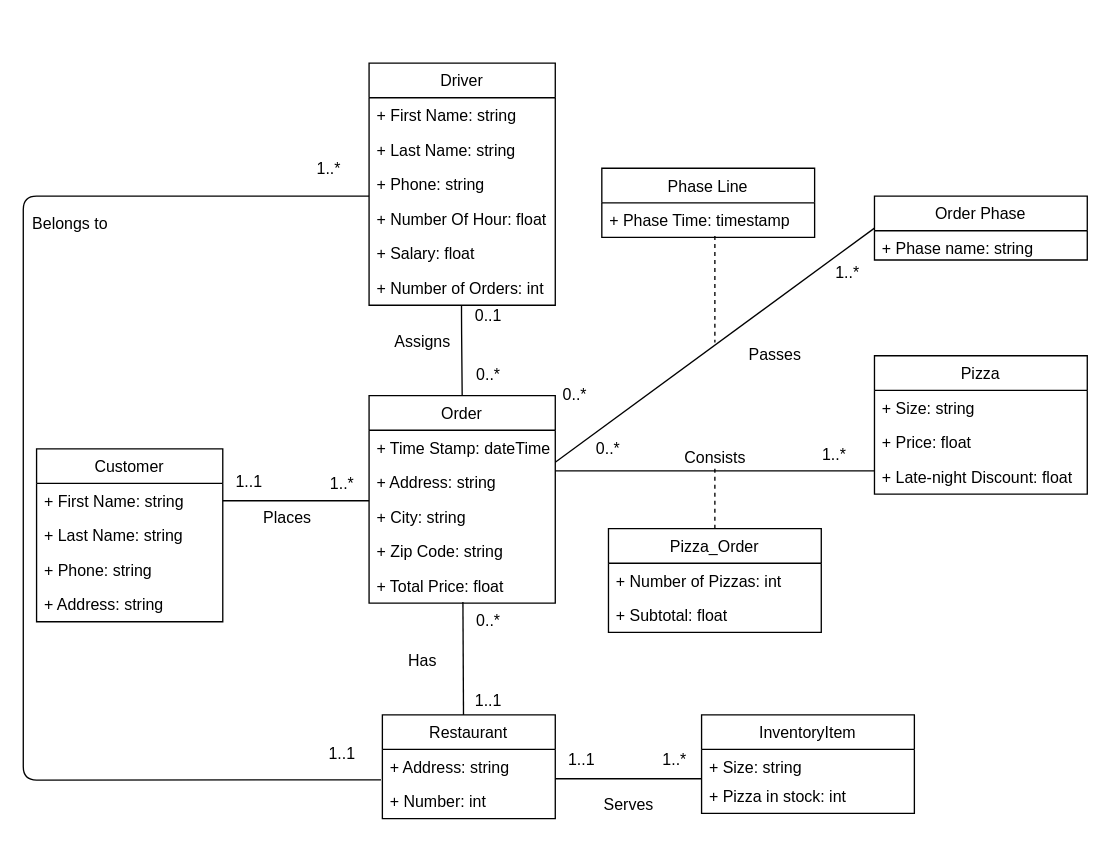
This is page "UML" (1 of 4) of Project01.drawio from thanhnguyen210299/CSULB-CECS-323, a draw.io file, before an edit. Source tidied: cells renumbered, new cells numbered last; positions are measured from the earlier drawing's top-left corner, leaving out a move shared by most shapes. Both pictures are drawn from the tidied source at 133%, with x=0, y=0 at pixel (23, 63).
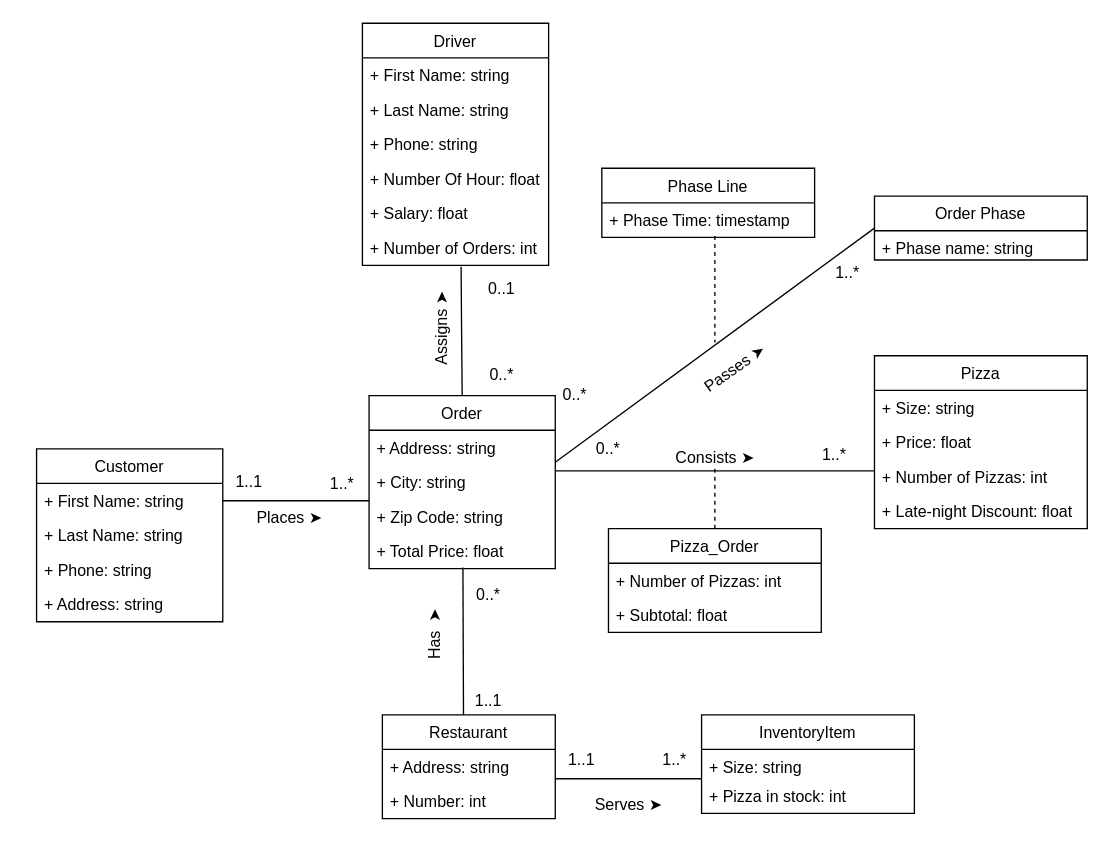
Above is the later version.

Unchanged cells that the change refers to:
```xml
<mxCell id="28" value="+ Number of Orders: int" style="text;strokeColor=none;fillColor=none;align=left;verticalAlign=top;spacingLeft=4;spacingRight=4;overflow=hidden;points=[[0,0.5],[1,0.5]];portConstraint=eastwest;" parent="22" vertex="1">
  <mxGeometry y="156" width="140" height="26" as="geometry" />
</mxCell>
<mxCell id="40" value="+ Number: int" style="text;strokeColor=none;fillColor=none;align=left;verticalAlign=top;spacingLeft=4;spacingRight=4;overflow=hidden;points=[[0,0.5],[1,0.5]];portConstraint=eastwest;" parent="38" vertex="1">
  <mxGeometry y="52" width="130" height="26" as="geometry" />
</mxCell>
```

The edit, as a diff of the source:
```diff
@@
     <mxCell id="11" value="Order" style="swimlane;fontStyle=0;horizontal=1;startSize=26;fillColor=none;" parent="1" vertex="1">
-      <mxGeometry x="260" y="250" width="140" height="156" as="geometry" />
+      <mxGeometry x="260" y="250" width="140" height="130" as="geometry" />
     </mxCell>
-    <mxCell id="12" value="+ Time Stamp: dateTime" style="text;strokeColor=none;fillColor=none;align=left;verticalAlign=top;spacingLeft=4;spacingRight=4;overflow=hidden;" parent="11" vertex="1">
-      <mxGeometry y="26" width="140" height="26" as="geometry" />
-    </mxCell>
     <mxCell id="13" value="+ Address: string" style="text;strokeColor=none;fillColor=none;align=left;verticalAlign=top;spacingLeft=4;spacingRight=4;overflow=hidden;" parent="11" vertex="1">
-      <mxGeometry y="52" width="140" height="26" as="geometry" />
+      <mxGeometry y="26" width="140" height="26" as="geometry" />
     </mxCell>
     <mxCell id="14" value="+ City: string" style="text;strokeColor=none;fillColor=none;align=left;verticalAlign=top;spacingLeft=4;spacingRight=4;overflow=hidden;" parent="11" vertex="1">
-      <mxGeometry y="78" width="140" height="26" as="geometry" />
+      <mxGeometry y="52" width="140" height="26" as="geometry" />
     </mxCell>
     <mxCell id="15" value="+ Zip Code: string" style="text;strokeColor=none;fillColor=none;align=left;verticalAlign=top;spacingLeft=4;spacingRight=4;overflow=hidden;" parent="11" vertex="1">
-      <mxGeometry y="104" width="140" height="26" as="geometry" />
+      <mxGeometry y="78" width="140" height="26" as="geometry" />
     </mxCell>
     <mxCell id="16" value="+ Total Price: float" style="text;strokeColor=none;fillColor=none;align=left;verticalAlign=top;spacingLeft=4;spacingRight=4;overflow=hidden;points=[[0,0.5],[1,0.5]];portConstraint=eastwest;" parent="11" vertex="1">
-      <mxGeometry y="130" width="140" height="26" as="geometry" />
+      <mxGeometry y="104" width="140" height="26" as="geometry" />
     </mxCell>
@@
     <mxCell id="19" value="0..*" style="text;html=1;strokeColor=none;fillColor=none;align=center;verticalAlign=middle;whiteSpace=wrap;rounded=0;" parent="1" vertex="1">
-      <mxGeometry x="330" y="410" width="40" height="20" as="geometry" />
+      <mxGeometry x="330" y="390" width="40" height="20" as="geometry" />
     </mxCell>
@@
-    <mxCell id="21" style="endArrow=none;html=1;exitX=0.5;exitY=0;exitDx=0;exitDy=0;" parent="1" edge="1" source="11">
+    <mxCell id="21" style="endArrow=none;html=1;exitX=0.5;exitY=0;exitDx=0;exitDy=0;entryX=0.53;entryY=1.038;entryDx=0;entryDy=0;entryPerimeter=0;" parent="1" edge="1" source="11" target="28">
       <mxGeometry relative="1" as="geometry">
-        <mxPoint x="329.5" y="182" as="targetPoint" />
         <Array as="points">
           <mxPoint x="329.5" y="194" />
         </Array>
       </mxGeometry>
     </mxCell>
     <mxCell id="22" value="Driver" style="swimlane;fontStyle=0;horizontal=1;startSize=26;fillColor=none;" parent="1" vertex="1">
-      <mxGeometry x="260" width="140" height="182" as="geometry" />
+      <mxGeometry x="255" y="-30" width="140" height="182" as="geometry" />
     </mxCell>
@@
     <mxCell id="29" value="0..1" style="text;html=1;strokeColor=none;fillColor=none;align=center;verticalAlign=middle;whiteSpace=wrap;rounded=0;" parent="1" vertex="1">
-      <mxGeometry x="330" y="180" width="40" height="20" as="geometry" />
+      <mxGeometry x="340" y="160" width="40" height="20" as="geometry" />
     </mxCell>
     <mxCell id="30" value="0..*" style="text;html=1;strokeColor=none;fillColor=none;align=center;verticalAlign=middle;whiteSpace=wrap;rounded=0;" parent="1" vertex="1">
-      <mxGeometry x="330" y="220" width="40" height="30" as="geometry" />
+      <mxGeometry x="340" y="220" width="40" height="30" as="geometry" />
     </mxCell>
@@
     <mxCell id="34" value="Pizza" style="swimlane;fontStyle=0;horizontal=1;startSize=26;fillColor=none;" parent="1" vertex="1">
-      <mxGeometry x="640" y="220" width="160" height="104" as="geometry" />
+      <mxGeometry x="640" y="220" width="160" height="130" as="geometry" />
     </mxCell>
@@
-    <mxCell id="37" value="+ Late-night Discount: float" style="text;strokeColor=none;fillColor=none;align=left;verticalAlign=top;spacingLeft=4;spacingRight=4;overflow=hidden;" parent="34" vertex="1">
+    <mxCell id="37" value="+ Number of Pizzas: int" style="text;strokeColor=none;fillColor=none;align=left;verticalAlign=top;spacingLeft=4;spacingRight=4;overflow=hidden;" parent="34" vertex="1">
       <mxGeometry y="78" width="160" height="26" as="geometry" />
     </mxCell>
+    <mxCell id="67" value="+ Late-night Discount: float" style="text;strokeColor=none;fillColor=none;align=left;verticalAlign=top;spacingLeft=4;spacingRight=4;overflow=hidden;" parent="34" vertex="1">
+      <mxGeometry y="104" width="160" height="26" as="geometry" />
+    </mxCell>
@@
-    <mxCell id="45" value="Places&amp;nbsp;" style="text;html=1;align=center;verticalAlign=middle;strokeColor=none;fillColor=none;" parent="1" vertex="1">
-      <mxGeometry x="175" y="332" width="50" height="20" as="geometry" />
+    <mxCell id="45" value="Places&amp;nbsp;➤" style="text;html=1;align=center;verticalAlign=middle;strokeColor=none;fillColor=none;" parent="1" vertex="1">
+      <mxGeometry x="165" y="332" width="70" height="20" as="geometry" />
     </mxCell>
-    <mxCell id="46" value="Assigns" style="text;html=1;align=center;verticalAlign=middle;strokeColor=none;fillColor=none;" parent="1" vertex="1">
-      <mxGeometry x="270" y="200" width="60" height="20" as="geometry" />
+    <mxCell id="46" value="Assigns&amp;nbsp;➤" style="text;html=1;align=center;verticalAlign=middle;strokeColor=none;fillColor=none;rotation=-90;" parent="1" vertex="1">
+      <mxGeometry x="280" y="190" width="70" height="20" as="geometry" />
     </mxCell>
-    <mxCell id="47" value="Consists" style="text;html=1;align=center;verticalAlign=middle;strokeColor=none;fillColor=none;" parent="1" vertex="1">
-      <mxGeometry x="490" y="287" width="60" height="20" as="geometry" />
+    <mxCell id="47" value="Consists&amp;nbsp;➤" style="text;html=1;align=center;verticalAlign=middle;strokeColor=none;fillColor=none;" parent="1" vertex="1">
+      <mxGeometry x="480" y="287" width="80" height="20" as="geometry" />
     </mxCell>
-    <mxCell id="48" value="Has" style="text;html=1;align=center;verticalAlign=middle;strokeColor=none;fillColor=none;" parent="1" vertex="1">
-      <mxGeometry x="280" y="440" width="40" height="20" as="geometry" />
+    <mxCell id="48" value="Has&amp;nbsp;&amp;nbsp;➤" style="text;html=1;align=center;verticalAlign=middle;strokeColor=none;fillColor=none;rotation=-90;" parent="1" vertex="1">
+      <mxGeometry x="280" y="420" width="60" height="20" as="geometry" />
     </mxCell>
-    <mxCell id="49" value="Serves" style="text;html=1;align=center;verticalAlign=middle;strokeColor=none;fillColor=none;" parent="1" vertex="1">
-      <mxGeometry x="430" y="548" width="50" height="20" as="geometry" />
+    <mxCell id="49" value="Serves&amp;nbsp;➤" style="text;html=1;align=center;verticalAlign=middle;strokeColor=none;fillColor=none;" parent="1" vertex="1">
+      <mxGeometry x="420" y="548" width="70" height="20" as="geometry" />
     </mxCell>
@@
-    <mxCell id="55" value="Passes" style="text;html=1;align=center;verticalAlign=middle;strokeColor=none;fillColor=none;" parent="1" vertex="1">
-      <mxGeometry x="540" y="210" width="50" height="20" as="geometry" />
+    <mxCell id="55" value="Passes&amp;nbsp;➤" style="text;html=1;align=center;verticalAlign=middle;strokeColor=none;fillColor=none;rotation=-35;" parent="1" vertex="1">
+      <mxGeometry x="500" y="220" width="70" height="20" as="geometry" />
     </mxCell>
-    <mxCell id="56" style="endArrow=none;html=1;exitX=-0.008;exitY=-0.12;exitDx=0;exitDy=0;exitPerimeter=0;" parent="1" edge="1" source="40">
-      <mxGeometry relative="1" as="geometry">
-        <mxPoint x="260" y="100" as="targetPoint" />
-        <Array as="points">
-          <mxPoint y="539" />
-          <mxPoint y="100" />
-        </Array>
-      </mxGeometry>
-    </mxCell>
-    <mxCell id="57" value="1..*" style="text;html=1;strokeColor=none;fillColor=none;align=center;verticalAlign=middle;whiteSpace=wrap;rounded=0;" parent="1" vertex="1">
-      <mxGeometry x="210" y="70" width="40" height="20" as="geometry" />
-    </mxCell>
-    <mxCell id="58" value="1..1" style="text;html=1;strokeColor=none;fillColor=none;align=center;verticalAlign=middle;whiteSpace=wrap;rounded=0;" parent="1" vertex="1">
-      <mxGeometry x="220" y="510" width="40" height="20" as="geometry" />
-    </mxCell>
-    <mxCell id="59" value="Belongs to" style="text;html=1;align=center;verticalAlign=middle;strokeColor=none;fillColor=none;" parent="1" vertex="1">
-      <mxGeometry y="111" width="70" height="20" as="geometry" />
-    </mxCell>
```
